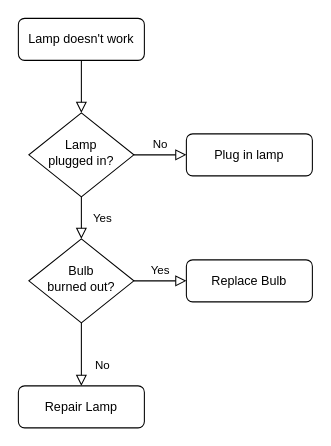
The draw.io diagram 제목 없는 다이어그램.drawio in kangbba/transpresentation, before the edit. Source tidied: cells renumbered, new cells numbered last; positions are measured from the earlier drawing's top-left corner, leaving out a move shared by most shapes. Both pictures are drawn from the tidied source at 105%, with x=0, y=0 at pixel (18, 18).
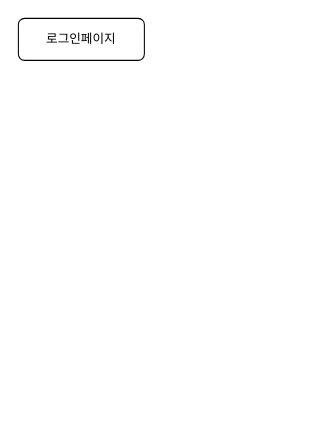
Above is the later version.

Commit message:
제목 없는 다이어그램.drawio 업데이트

Diff of the diagram source:
```diff
@@
 <mxGraphModel>
   <root>
     <mxCell id="0" />
     <mxCell id="1" parent="0" />
-    <mxCell id="2" style="rounded=0;html=1;jettySize=auto;fontSize=11;endArrow=block;endFill=0;endSize=8;strokeWidth=1;shadow=0;labelBackgroundColor=none;edgeStyle=orthogonalEdgeStyle;" parent="1" edge="1" source="3" target="6">
-      <mxGeometry relative="1" as="geometry" />
-    </mxCell>
-    <mxCell id="3" value="Lamp doesn't work" style="rounded=1;whiteSpace=wrap;html=1;fontSize=12;glass=0;strokeWidth=1;shadow=0;" parent="1" vertex="1">
+    <mxCell id="3" value="로그인페이지" style="rounded=1;whiteSpace=wrap;html=1;fontSize=12;glass=0;strokeWidth=1;shadow=0;" parent="1" vertex="1">
       <mxGeometry width="120" height="40" as="geometry" />
     </mxCell>
-    <mxCell id="4" value="Yes" style="rounded=0;html=1;jettySize=auto;fontSize=11;endArrow=block;endFill=0;endSize=8;strokeWidth=1;shadow=0;labelBackgroundColor=none;edgeStyle=orthogonalEdgeStyle;" parent="1" edge="1" source="6" target="10">
-      <mxGeometry y="20" relative="1" as="geometry" />
-    </mxCell>
-    <mxCell id="5" value="No" style="edgeStyle=orthogonalEdgeStyle;rounded=0;html=1;jettySize=auto;fontSize=11;endArrow=block;endFill=0;endSize=8;strokeWidth=1;shadow=0;labelBackgroundColor=none;" parent="1" edge="1" source="6" target="7">
-      <mxGeometry y="10" relative="1" as="geometry" />
-    </mxCell>
-    <mxCell id="6" value="Lamp&lt;br&gt;plugged in?" style="rhombus;whiteSpace=wrap;html=1;shadow=0;fontFamily=Helvetica;fontSize=12;align=center;strokeWidth=1;spacing=6;spacingTop=-4;" parent="1" vertex="1">
-      <mxGeometry x="10" y="90" width="100" height="80" as="geometry" />
-    </mxCell>
-    <mxCell id="7" value="Plug in lamp" style="rounded=1;whiteSpace=wrap;html=1;fontSize=12;glass=0;strokeWidth=1;shadow=0;" parent="1" vertex="1">
-      <mxGeometry x="160" y="110" width="120" height="40" as="geometry" />
-    </mxCell>
-    <mxCell id="8" value="No" style="rounded=0;html=1;jettySize=auto;fontSize=11;endArrow=block;endFill=0;endSize=8;strokeWidth=1;shadow=0;labelBackgroundColor=none;edgeStyle=orthogonalEdgeStyle;" parent="1" edge="1" source="10" target="11">
-      <mxGeometry x="0.33" y="20" relative="1" as="geometry" />
-    </mxCell>
-    <mxCell id="9" value="Yes" style="edgeStyle=orthogonalEdgeStyle;rounded=0;html=1;jettySize=auto;fontSize=11;endArrow=block;endFill=0;endSize=8;strokeWidth=1;shadow=0;labelBackgroundColor=none;" parent="1" edge="1" source="10" target="12">
-      <mxGeometry y="10" relative="1" as="geometry" />
-    </mxCell>
-    <mxCell id="10" value="Bulb&lt;br&gt;burned out?" style="rhombus;whiteSpace=wrap;html=1;shadow=0;fontFamily=Helvetica;fontSize=12;align=center;strokeWidth=1;spacing=6;spacingTop=-4;" parent="1" vertex="1">
-      <mxGeometry x="10" y="210" width="100" height="80" as="geometry" />
-    </mxCell>
-    <mxCell id="11" value="Repair Lamp" style="rounded=1;whiteSpace=wrap;html=1;fontSize=12;glass=0;strokeWidth=1;shadow=0;" parent="1" vertex="1">
-      <mxGeometry y="350" width="120" height="40" as="geometry" />
-    </mxCell>
-    <mxCell id="12" value="Replace Bulb" style="rounded=1;whiteSpace=wrap;html=1;fontSize=12;glass=0;strokeWidth=1;shadow=0;" parent="1" vertex="1">
-      <mxGeometry x="160" y="230" width="120" height="40" as="geometry" />
-    </mxCell>
   </root>
 </mxGraphModel>
```
